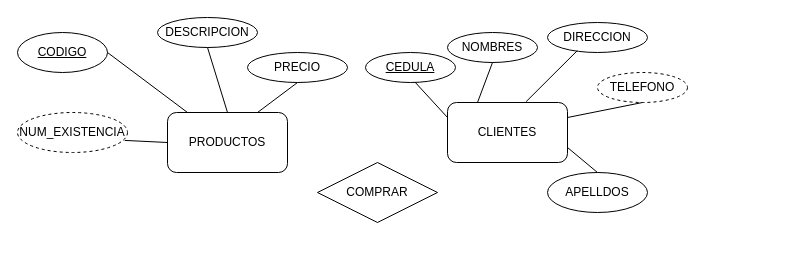
The draw.io diagram Diagrama sin título.drawio in ncardenr/Miprimergit, before the edit. Source tidied: cells renumbered, new cells numbered last; positions are measured from the earlier drawing's top-left corner, leaving out a move shared by most shapes. Both pictures are drawn from the tidied source at 100%, with x=0, y=0 at pixel (17, 17).
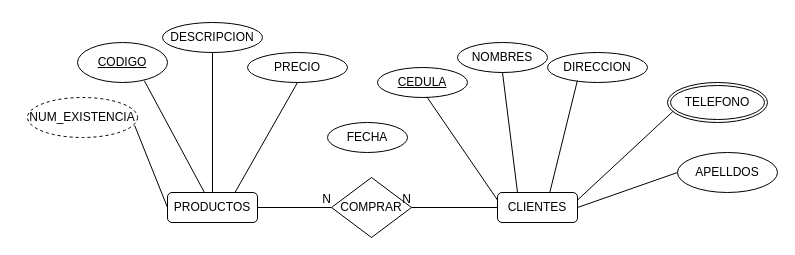
The same diagram, later.

What changed in the source:
```diff
@@
     <mxCell id="2" value="PRODUCTOS" style="rounded=1;whiteSpace=wrap;html=1;" parent="1" vertex="1">
-      <mxGeometry x="150" y="95" width="120" height="60" as="geometry" />
+      <mxGeometry x="150" y="175" width="90" height="30" as="geometry" />
     </mxCell>
     <mxCell id="3" value="CODIGO" style="ellipse;whiteSpace=wrap;html=1;align=center;fontStyle=4;" parent="1" vertex="1">
-      <mxGeometry y="15" width="90" height="40" as="geometry" />
+      <mxGeometry x="60" y="25" width="90" height="40" as="geometry" />
     </mxCell>
-    <mxCell id="4" style="endArrow=none;html=1;rounded=0;exitX=1;exitY=0.5;exitDx=0;exitDy=0;" parent="1" edge="1" source="3" target="2">
-      <mxGeometry relative="1" as="geometry" />
-    </mxCell>
     <mxCell id="5" value="DESCRIPCION" style="ellipse;whiteSpace=wrap;html=1;align=center;" parent="1" vertex="1">
-      <mxGeometry x="140" width="100" height="30" as="geometry" />
+      <mxGeometry x="145" y="5" width="100" height="30" as="geometry" />
     </mxCell>
@@
     <mxCell id="7" value="NUM_EXISTENCIA" style="ellipse;whiteSpace=wrap;html=1;align=center;dashed=1;" parent="1" vertex="1">
-      <mxGeometry y="95" width="110" height="40" as="geometry" />
+      <mxGeometry x="10" y="80" width="110" height="40" as="geometry" />
     </mxCell>
@@
     <mxCell id="11" value="CLIENTES" style="rounded=1;whiteSpace=wrap;html=1;" parent="1" vertex="1">
-      <mxGeometry x="430" y="85" width="120" height="60" as="geometry" />
+      <mxGeometry x="480" y="175" width="80" height="30" as="geometry" />
     </mxCell>
-    <mxCell id="12" value="TELEFONO" style="ellipse;whiteSpace=wrap;html=1;align=center;dashed=1;" parent="1" vertex="1">
-      <mxGeometry x="580" y="55" width="90" height="30" as="geometry" />
-    </mxCell>
     <mxCell id="13" value="DIRECCION" style="ellipse;whiteSpace=wrap;html=1;align=center;" parent="1" vertex="1">
-      <mxGeometry x="530" y="5" width="100" height="30" as="geometry" />
+      <mxGeometry x="530" y="35" width="100" height="30" as="geometry" />
     </mxCell>
     <mxCell id="14" value="NOMBRES" style="ellipse;whiteSpace=wrap;html=1;align=center;" parent="1" vertex="1">
-      <mxGeometry x="430" y="15" width="90" height="30" as="geometry" />
+      <mxGeometry x="440" y="25" width="90" height="30" as="geometry" />
     </mxCell>
     <mxCell id="15" value="CEDULA" style="ellipse;whiteSpace=wrap;html=1;align=center;fontStyle=4;" parent="1" vertex="1">
-      <mxGeometry x="348" y="35" width="90" height="30" as="geometry" />
+      <mxGeometry x="360" y="50" width="90" height="30" as="geometry" />
     </mxCell>
     <mxCell id="16" value="APELLDOS" style="ellipse;whiteSpace=wrap;html=1;align=center;" parent="1" vertex="1">
-      <mxGeometry x="530" y="155" width="100" height="40" as="geometry" />
+      <mxGeometry x="660" y="135" width="100" height="40" as="geometry" />
     </mxCell>
@@
-    <mxCell id="19" style="endArrow=none;html=1;rounded=0;entryX=0.5;entryY=0;entryDx=0;entryDy=0;exitX=1;exitY=0.75;exitDx=0;exitDy=0;" parent="1" edge="1" source="11" target="16">
+    <mxCell id="19" style="endArrow=none;html=1;rounded=0;entryX=0;entryY=0.5;entryDx=0;entryDy=0;exitX=1;exitY=0.5;exitDx=0;exitDy=0;" parent="1" edge="1" source="11" target="16">
       <mxGeometry relative="1" as="geometry" />
     </mxCell>
@@
-    <mxCell id="21" style="endArrow=none;html=1;rounded=0;entryX=0.5;entryY=1;entryDx=0;entryDy=0;exitX=1;exitY=0.25;exitDx=0;exitDy=0;" parent="1" edge="1" source="11" target="12">
+    <mxCell id="21" style="endArrow=none;html=1;rounded=0;entryX=0.063;entryY=0.703;entryDx=0;entryDy=0;exitX=1;exitY=0.25;exitDx=0;exitDy=0;entryPerimeter=0;" parent="1" edge="1" source="11" target="12">
       <mxGeometry relative="1" as="geometry" />
     </mxCell>
     <mxCell id="22" value="COMPRAR" style="shape=rhombus;perimeter=rhombusPerimeter;whiteSpace=wrap;html=1;align=center;" parent="1" vertex="1">
-      <mxGeometry x="300" y="145" width="120" height="60" as="geometry" />
+      <mxGeometry x="314" y="160" width="80" height="60" as="geometry" />
     </mxCell>
+    <mxCell id="4" style="endArrow=none;html=1;rounded=0;exitX=0.743;exitY=0.957;exitDx=0;exitDy=0;exitPerimeter=0;" parent="1" edge="1" source="3" target="2">
+      <mxGeometry relative="1" as="geometry" />
+    </mxCell>
+    <mxCell id="23" style="endArrow=none;html=1;rounded=0;exitX=0;exitY=0.5;exitDx=0;exitDy=0;entryX=1;entryY=0.5;entryDx=0;entryDy=0;" parent="1" edge="1" source="11" target="22">
+      <mxGeometry relative="1" as="geometry" />
+    </mxCell>
+    <mxCell id="24" value="N" style="html=1;align=right;verticalAlign=bottom;" parent="23" vertex="1">
+      <mxGeometry x="1" relative="1" as="geometry" />
+    </mxCell>
+    <mxCell id="25" style="endArrow=none;html=1;rounded=0;entryX=0;entryY=0.5;entryDx=0;entryDy=0;exitX=1;exitY=0.5;exitDx=0;exitDy=0;" parent="1" edge="1" source="2" target="22">
+      <mxGeometry relative="1" as="geometry" />
+    </mxCell>
+    <mxCell id="26" value="N" style="html=1;align=right;verticalAlign=bottom;" parent="25" vertex="1">
+      <mxGeometry x="1" relative="1" as="geometry" />
+    </mxCell>
+    <mxCell id="27" value="FECHA" style="ellipse;whiteSpace=wrap;html=1;align=center;" parent="1" vertex="1">
+      <mxGeometry x="310" y="105" width="80" height="30" as="geometry" />
+    </mxCell>
+    <mxCell id="12" value="TELEFONO" style="ellipse;shape=doubleEllipse;margin=3;whiteSpace=wrap;html=1;align=center;" parent="1" vertex="1">
+      <mxGeometry x="650" y="65" width="100" height="40" as="geometry" />
+    </mxCell>
```
